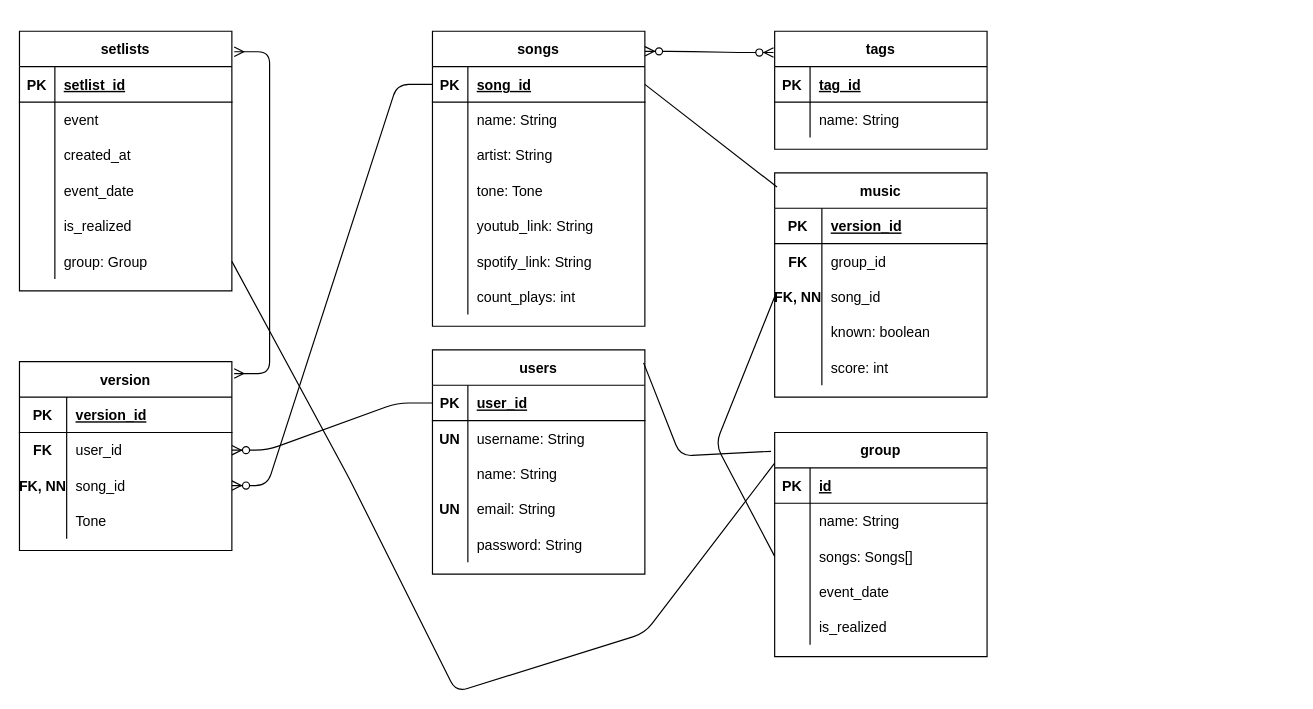
Before: diagram.drawio in igormateus/repertapp-api, a draw.io diagram. Source tidied: cells renumbered, new cells numbered last; positions are measured from the earlier drawing's top-left corner, leaving out a move shared by most shapes. Both pictures are drawn from the tidied source at 118%, with x=0, y=0 at pixel (19, 31).
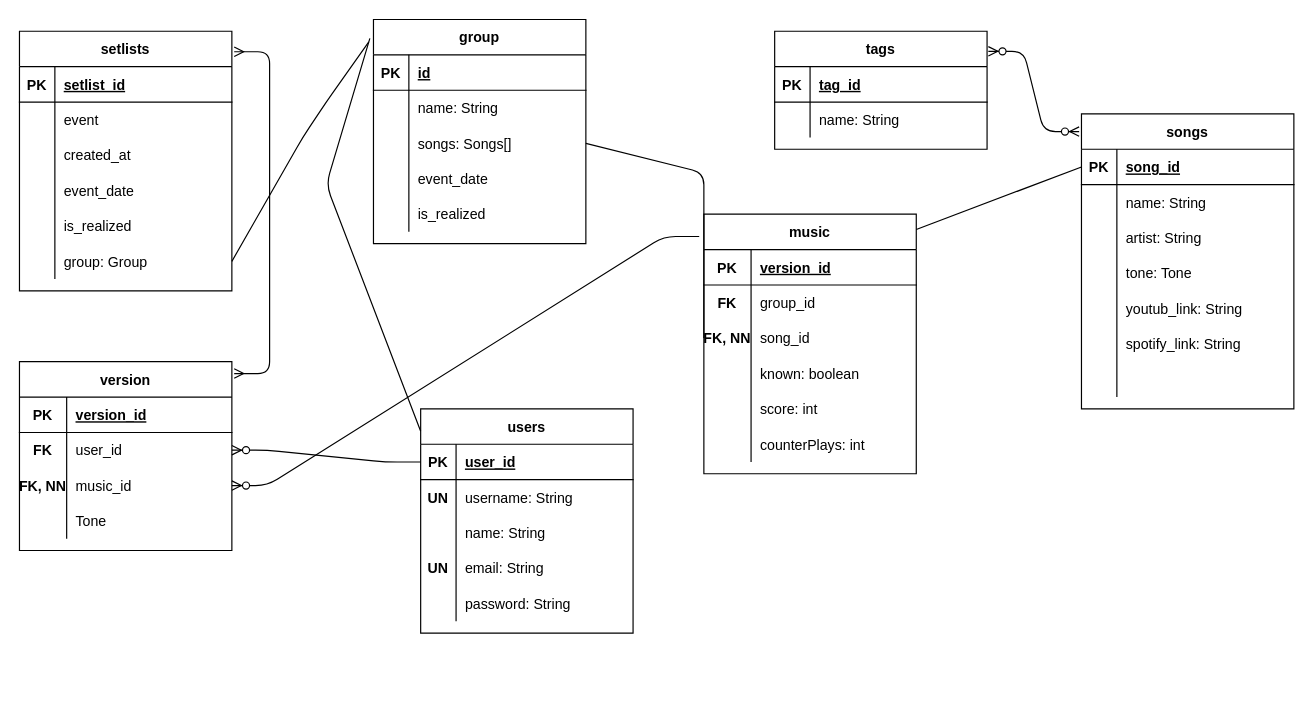
The same diagram, later.

Commit message (it also covers changes not shown here):
CountPlays to Music and Music to Version

Unchanged cells that the change refers to:
```xml
<mxCell id="3" style="shape=partialRectangle;fillColor=none;top=0;left=0;bottom=1;right=0;points=[[0,0.5],[1,0.5]];portConstraint=eastwest;" parent="2" vertex="1">
  <mxGeometry y="30" width="180" height="30" as="geometry" />
</mxCell>
<mxCell id="21" style="shape=partialRectangle;fillColor=none;top=0;left=0;bottom=0;right=0;" parent="2" vertex="1">
  <mxGeometry y="210" width="180" height="30" as="geometry" />
</mxCell>
<mxCell id="40" style="shape=partialRectangle;fillColor=none;top=0;left=0;bottom=0;right=0;points=[[0,0.5],[1,0.5]];portConstraint=eastwest;" parent="24" vertex="1">
  <mxGeometry y="180" width="180" height="30" as="geometry" />
</mxCell>
<mxCell id="43" value="tags" style="shape=table;startSize=30;childLayout=tableLayout;rowLines=0;fontStyle=1;align=center;" parent="1" vertex="1">
  <mxGeometry x="640" width="180" height="100" as="geometry" />
</mxCell>
<mxCell id="74" style="shape=partialRectangle;fillColor=none;top=0;left=0;bottom=0;right=0;points=[[0,0.5],[1,0.5]];portConstraint=eastwest;" parent="67" vertex="1">
  <mxGeometry y="90" width="180" height="30" as="geometry" />
</mxCell>
<mxCell id="90" style="shape=partialRectangle;fillColor=none;top=0;left=0;bottom=0;right=0;points=[[0,0.5],[1,0.5]];portConstraint=eastwest;" parent="83" vertex="1">
  <mxGeometry y="90" width="180" height="30" as="geometry" />
</mxCell>
<mxCell id="106" style="shape=partialRectangle;fillColor=none;top=0;left=0;bottom=0;right=0;points=[[0,0.5],[1,0.5]];portConstraint=eastwest;" parent="99" vertex="1">
  <mxGeometry y="90" width="180" height="30" as="geometry" />
</mxCell>
```

What changed in the source:
```diff
@@
     <mxCell id="2" value="songs" style="shape=table;startSize=30;childLayout=tableLayout;rowLines=0;fontStyle=1;align=center;" parent="1" vertex="1">
-      <mxGeometry x="350" width="180" height="250" as="geometry" />
+      <mxGeometry x="900" y="70" width="180" height="250" as="geometry" />
     </mxCell>
@@
-    <mxCell id="23" value="count_plays: int" style="shape=partialRectangle;fillColor=none;top=0;left=0;bottom=0;right=0;align=left;spacingLeft=6;overflow=hidden;" parent="21" vertex="1">
+    <mxCell id="23" style="shape=partialRectangle;fillColor=none;top=0;left=0;bottom=0;right=0;align=left;spacingLeft=6;overflow=hidden;" parent="21" vertex="1">
       <mxGeometry x="30" width="150" height="30" as="geometry" />
     </mxCell>
@@
-    <mxCell id="50" style="edgeStyle=entityRelationEdgeStyle;fontSize=12;html=1;endArrow=ERzeroToMany;endFill=1;startArrow=ERzeroToMany;exitX=1;exitY=0.068;exitDx=0;exitDy=0;exitPerimeter=0;" parent="1" edge="1" source="2">
-      <mxGeometry relative="1" as="geometry">
-        <mxPoint x="639" y="18" as="targetPoint" />
-      </mxGeometry>
+    <mxCell id="50" style="edgeStyle=entityRelationEdgeStyle;fontSize=12;html=1;endArrow=ERzeroToMany;endFill=1;startArrow=ERzeroToMany;entryX=1.006;entryY=0.17;entryDx=0;entryDy=0;entryPerimeter=0;exitX=-0.011;exitY=0.06;exitDx=0;exitDy=0;exitPerimeter=0;" parent="1" edge="1" source="2" target="43">
+      <mxGeometry relative="1" as="geometry" />
     </mxCell>
     <mxCell id="51" value="users" style="shape=table;startSize=30;childLayout=tableLayout;rowLines=0;fontStyle=1;align=center;" parent="1" vertex="1">
-      <mxGeometry x="350" y="270" width="180" height="190" as="geometry" />
+      <mxGeometry x="340" y="320" width="180" height="190" as="geometry" />
     </mxCell>
@@
-    <mxCell id="76" value="song_id" style="shape=partialRectangle;fillColor=none;top=0;left=0;bottom=0;right=0;align=left;spacingLeft=6;overflow=hidden;" parent="74" vertex="1">
+    <mxCell id="76" value="music_id" style="shape=partialRectangle;fillColor=none;top=0;left=0;bottom=0;right=0;align=left;spacingLeft=6;overflow=hidden;" parent="74" vertex="1">
       <mxGeometry x="40" width="140" height="30" as="geometry" />
     </mxCell>
@@
-    <mxCell id="80" style="edgeStyle=entityRelationEdgeStyle;fontSize=12;html=1;endArrow=ERzeroToMany;entryX=1;entryY=0.5;entryDx=0;entryDy=0;exitX=0;exitY=0.5;exitDx=0;exitDy=0;endFill=1;" parent="1" edge="1" source="3" target="74">
+    <mxCell id="80" style="edgeStyle=entityRelationEdgeStyle;fontSize=12;html=1;endArrow=ERzeroToMany;entryX=1;entryY=0.5;entryDx=0;entryDy=0;exitX=-0.022;exitY=0.086;exitDx=0;exitDy=0;endFill=1;exitPerimeter=0;" parent="1" edge="1" source="99" target="74">
       <mxGeometry relative="1" as="geometry" />
     </mxCell>
@@
     <mxCell id="83" value="group" style="shape=table;startSize=30;childLayout=tableLayout;rowLines=0;fontStyle=1;align=center;" parent="1" vertex="1">
-      <mxGeometry x="640" y="340" width="180" height="190" as="geometry" />
+      <mxGeometry x="300" y="-10" width="180" height="190" as="geometry" />
     </mxCell>
@@
     <mxCell id="99" value="music" style="shape=table;startSize=30;childLayout=tableLayout;rowLines=0;fontStyle=1;align=center;" parent="1" vertex="1">
-      <mxGeometry x="640" y="120" width="180" height="190" as="geometry" />
+      <mxGeometry x="580" y="155" width="180" height="220" as="geometry" />
     </mxCell>
@@
+    <mxCell id="119" style="shape=partialRectangle;fillColor=none;top=0;left=0;bottom=0;right=0;" parent="99" vertex="1">
+      <mxGeometry y="180" width="180" height="30" as="geometry" />
+    </mxCell>
+    <mxCell id="120" style="shape=partialRectangle;fillColor=none;top=0;left=0;bottom=0;right=0;overflow=hidden;" parent="119" vertex="1">
+      <mxGeometry width="40" height="30" as="geometry" />
+    </mxCell>
+    <mxCell id="121" value="counterPlays: int" style="shape=partialRectangle;fillColor=none;top=0;left=0;bottom=0;right=0;align=left;spacingLeft=6;overflow=hidden;" parent="119" vertex="1">
+      <mxGeometry x="40" width="140" height="30" as="geometry" />
+    </mxCell>
-    <mxCell id="115" style="endArrow=none;html=1;entryX=0;entryY=0.5;entryDx=0;entryDy=0;exitX=0;exitY=0.5;exitDx=0;exitDy=0;" parent="1" edge="1" source="106" target="90">
+    <mxCell id="115" style="endArrow=none;html=1;entryX=1;entryY=0.5;entryDx=0;entryDy=0;exitX=0;exitY=0.5;exitDx=0;exitDy=0;" parent="1" edge="1" source="106" target="90">
       <mxGeometry relative="1" as="geometry">
         <Array as="points">
-          <mxPoint x="590" y="350" />
+          <mxPoint x="580" y="120" />
         </Array>
       </mxGeometry>
     </mxCell>
-    <mxCell id="116" style="endArrow=none;html=1;entryX=-0.017;entryY=0.084;entryDx=0;entryDy=0;exitX=0.994;exitY=0.058;exitDx=0;exitDy=0;entryPerimeter=0;exitPerimeter=0;" parent="1" edge="1" source="51" target="83">
+    <mxCell id="116" style="endArrow=none;html=1;entryX=-0.017;entryY=0.084;entryDx=0;entryDy=0;exitX=0;exitY=0.1;exitDx=0;exitDy=0;entryPerimeter=0;exitPerimeter=0;" parent="1" edge="1" source="51" target="83">
       <mxGeometry relative="1" as="geometry">
         <Array as="points">
-          <mxPoint x="560" y="360" />
+          <mxPoint x="260" y="130" />
         </Array>
       </mxGeometry>
     </mxCell>
-    <mxCell id="117" style="endArrow=none;html=1;entryX=0.011;entryY=0.063;entryDx=0;entryDy=0;exitX=1;exitY=0.5;exitDx=0;exitDy=0;entryPerimeter=0;" parent="1" edge="1" source="3" target="99">
+    <mxCell id="117" style="endArrow=none;html=1;entryX=1;entryY=0.059;entryDx=0;entryDy=0;exitX=0;exitY=0.5;exitDx=0;exitDy=0;entryPerimeter=0;" parent="1" edge="1" source="3" target="99">
       <mxGeometry relative="1" as="geometry" />
     </mxCell>
-    <mxCell id="118" style="endArrow=none;html=1;entryX=-0.017;entryY=0.084;entryDx=0;entryDy=0;exitX=1;exitY=0.5;exitDx=0;exitDy=0;entryPerimeter=0;" parent="1" edge="1" source="40">
+    <mxCell id="118" style="endArrow=none;html=1;entryX=-0.022;entryY=0.1;entryDx=0;entryDy=0;exitX=1;exitY=0.5;exitDx=0;exitDy=0;entryPerimeter=0;" parent="1" edge="1" source="40" target="83">
       <mxGeometry relative="1" as="geometry">
-        <mxPoint x="640" y="366" as="targetPoint" />
         <Array as="points">
-          <mxPoint x="280" y="380" />
-          <mxPoint x="370" y="560" />
-          <mxPoint x="530" y="510" />
+          <mxPoint x="240" y="90" />
+          <mxPoint x="260" y="60" />
         </Array>
       </mxGeometry>
     </mxCell>
```
